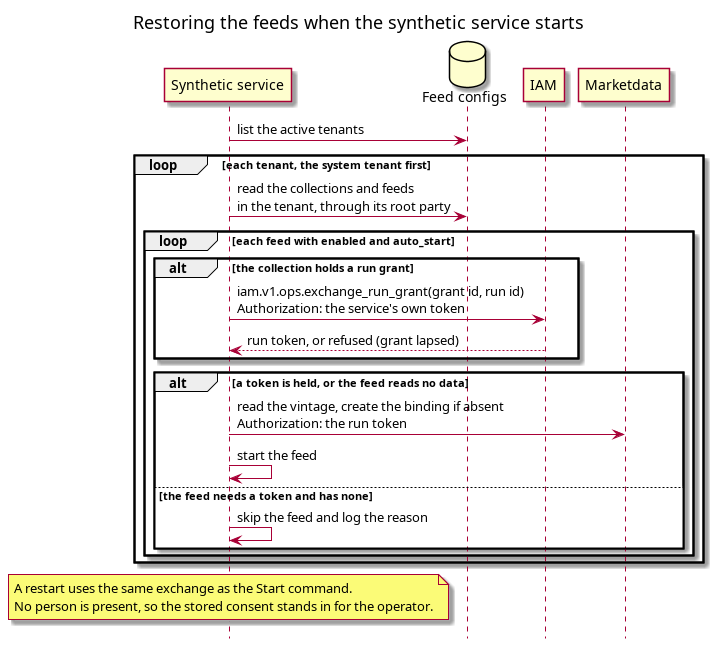
The PlantUML diagram doc/knowledge/architecture/feed_restore_sequence.png in OreStudio/OreStudio, before a commit. Its source is kept beside it as doc/knowledge/architecture/feed_restore_sequence.puml. The source it was exported from:
```plantuml
@startuml

title Restoring the feeds when the synthetic service starts

hide footbox
skinparam sequenceMessageAlign left

participant "Synthetic service" as syn
database "Feed configs" as db
participant "IAM" as iam
participant "Marketdata" as md

syn -> db : list the active tenants
loop each tenant, the system tenant first
    syn -> db : read the collections and feeds\nin the tenant, through its root party
    loop each feed with enabled and auto_start
        alt the collection holds a run grant
            syn -> iam : iam.v1.ops.exchange_run_grant(grant id, run id)\nAuthorization: the service's own token
            iam --> syn : run token, or refused (grant lapsed)
        end
        alt a token is held, or the feed reads no data
            syn -> md : read the vintage, create the binding if absent\nAuthorization: the run token
            syn -> syn : start the feed
        else the feed needs a token and has none
            syn -> syn : skip the feed and log the reason
        end
    end
end

note over syn
    A restart uses the same exchange as the Start command.
    No person is present, so the stored consent stands in for the operator.
end note

@enduml
```
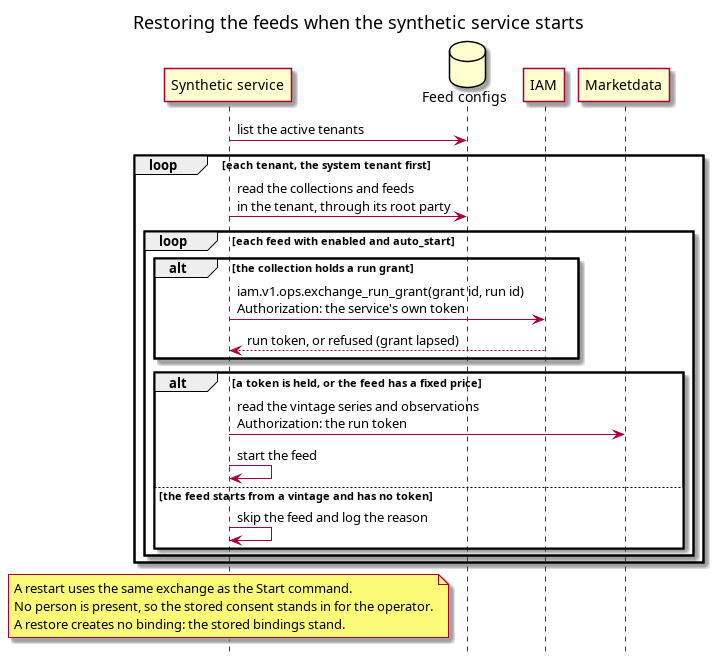
The same diagram one commit later.

Commit message:
[doc] Keep the feed binding the caller's subscription

Diff of the diagram source:
```diff
@@ -18,10 +18,10 @@
             syn -> iam : iam.v1.ops.exchange_run_grant(grant id, run id)\nAuthorization: the service's own token
             iam --> syn : run token, or refused (grant lapsed)
         end
-        alt a token is held, or the feed reads no data
-            syn -> md : read the vintage, create the binding if absent\nAuthorization: the run token
+        alt a token is held, or the feed has a fixed price
+            syn -> md : read the vintage series and observations\nAuthorization: the run token
             syn -> syn : start the feed
-        else the feed needs a token and has none
+        else the feed starts from a vintage and has no token
             syn -> syn : skip the feed and log the reason
         end
     end
@@ -30,6 +30,7 @@
 note over syn
     A restart uses the same exchange as the Start command.
     No person is present, so the stored consent stands in for the operator.
+    A restore creates no binding: the stored bindings stand.
 end note
 
 @enduml
```
